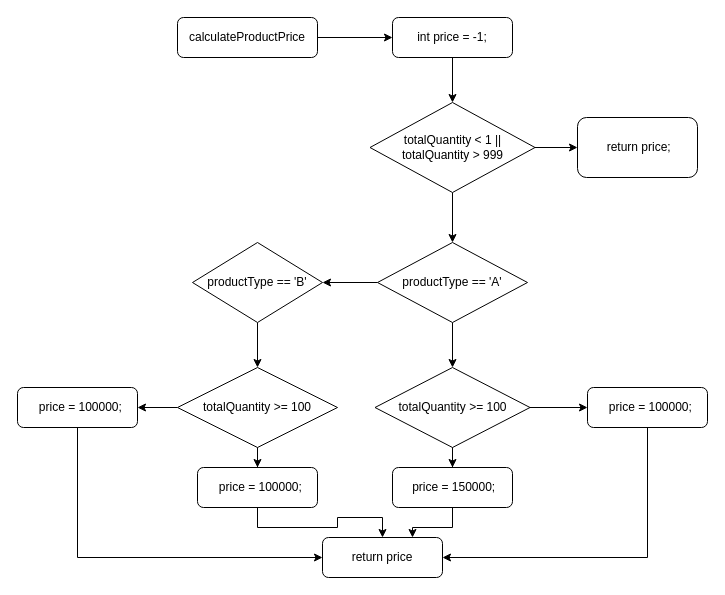
This is Mô hình dòng ddkhien.drawio from ngocminh1605/Testing, a draw.io file, before an edit. Source tidied: cells renumbered, new cells numbered last; positions are measured from the earlier drawing's top-left corner, leaving out a move shared by most shapes. Both pictures are drawn from the tidied source at 100%, with x=0, y=0 at pixel (17, 17).
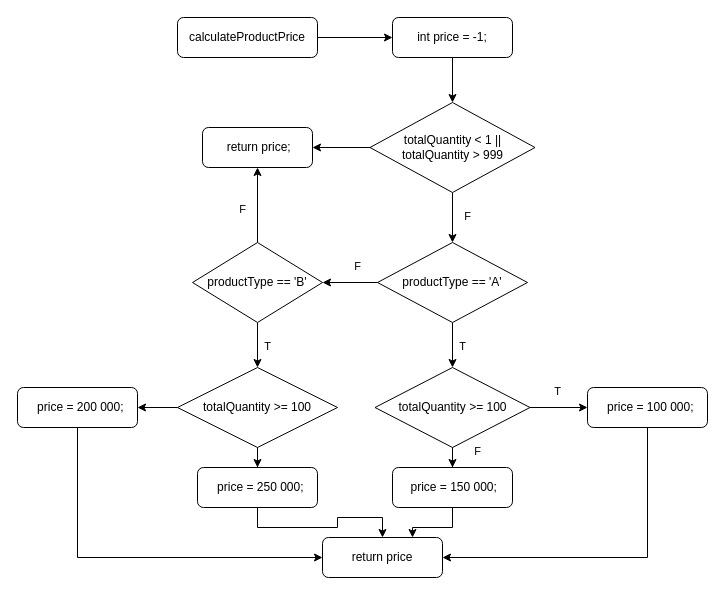
The same page after the edit.

Commit message (it also covers changes not shown here):
Cập nhật Mô hình dòng ddkhien.drawio

Unchanged cells that the change refers to:
```xml
<mxCell id="8" value="totalQuantity &amp;lt; 1 || totalQuantity &amp;gt; 999" style="rhombus;whiteSpace=wrap;html=1;" parent="1" vertex="1">
  <mxGeometry x="352.5" y="85" width="165" height="90" as="geometry" />
</mxCell>
<mxCell id="12" value="productType == 'A'" style="rhombus;whiteSpace=wrap;html=1;" parent="1" vertex="1">
  <mxGeometry x="360" y="225" width="150" height="80" as="geometry" />
</mxCell>
<mxCell id="21" value="productType == 'B'" style="rhombus;whiteSpace=wrap;html=1;" parent="1" vertex="1">
  <mxGeometry x="175" y="225" width="130" height="80" as="geometry" />
</mxCell>
```

The edit, as a diff of the source:
```diff
@@
+    <mxCell id="7" style="edgeStyle=orthogonalEdgeStyle;rounded=0;jettySize=auto;html=1;exitX=0.5;exitY=1;exitDx=0;exitDy=0;entryX=0.5;entryY=0;entryDx=0;entryDy=0;" parent="1" edge="1" source="8" target="12">
+      <mxGeometry relative="1" as="geometry" />
+    </mxCell>
-    <mxCell id="6" style="edgeStyle=orthogonalEdgeStyle;rounded=0;jettySize=auto;html=1;exitX=1;exitY=0.5;exitDx=0;exitDy=0;entryX=0;entryY=0.5;entryDx=0;entryDy=0;" parent="1" edge="1" source="8" target="9">
+    <mxCell id="6" style="edgeStyle=orthogonalEdgeStyle;rounded=0;jettySize=auto;html=1;exitX=0;exitY=0.5;exitDx=0;exitDy=0;entryX=1;entryY=0.5;entryDx=0;entryDy=0;" parent="1" edge="1" source="8" target="9">
       <mxGeometry relative="1" as="geometry" />
     </mxCell>
-    <mxCell id="7" style="edgeStyle=orthogonalEdgeStyle;rounded=0;jettySize=auto;html=1;exitX=0.5;exitY=1;exitDx=0;exitDy=0;entryX=0.5;entryY=0;entryDx=0;entryDy=0;" parent="1" edge="1" source="8" target="12">
-      <mxGeometry relative="1" as="geometry" />
-    </mxCell>
@@
     <mxCell id="9" value="&amp;nbsp;return price;" style="rounded=1;whiteSpace=wrap;html=1;" parent="1" vertex="1">
-      <mxGeometry x="560" y="100" width="120" height="60" as="geometry" />
+      <mxGeometry x="185" y="110" width="110" height="40" as="geometry" />
     </mxCell>
@@
-    <mxCell id="17" value="&amp;nbsp;price = 150000;" style="rounded=1;whiteSpace=wrap;html=1;" parent="1" vertex="1">
+    <mxCell id="17" value="&amp;nbsp;price = 150 000;" style="rounded=1;whiteSpace=wrap;html=1;" parent="1" vertex="1">
       <mxGeometry x="375" y="450" width="120" height="40" as="geometry" />
     </mxCell>
@@
-    <mxCell id="19" value="&amp;nbsp; price = 100000;" style="rounded=1;whiteSpace=wrap;html=1;" parent="1" vertex="1">
+    <mxCell id="19" value="&amp;nbsp; price = 100 000;" style="rounded=1;whiteSpace=wrap;html=1;" parent="1" vertex="1">
       <mxGeometry x="570" y="370" width="120" height="40" as="geometry" />
     </mxCell>
@@
+    <mxCell id="30" style="edgeStyle=orthogonalEdgeStyle;rounded=0;jettySize=auto;html=1;exitX=0.5;exitY=0;exitDx=0;exitDy=0;entryX=0.5;entryY=1;entryDx=0;entryDy=0;" parent="1" edge="1" source="21" target="9">
+      <mxGeometry relative="1" as="geometry" />
+    </mxCell>
@@
-    <mxCell id="26" value="&amp;nbsp; price = 100000;" style="rounded=1;whiteSpace=wrap;html=1;" parent="1" vertex="1">
+    <mxCell id="26" value="&amp;nbsp; price = 250 000;" style="rounded=1;whiteSpace=wrap;html=1;" parent="1" vertex="1">
       <mxGeometry x="180" y="450" width="120" height="40" as="geometry" />
     </mxCell>
@@
-    <mxCell id="28" value="&amp;nbsp; price = 100000;" style="rounded=1;whiteSpace=wrap;html=1;" parent="1" vertex="1">
+    <mxCell id="28" value="&amp;nbsp; price = 200 000;" style="rounded=1;whiteSpace=wrap;html=1;" parent="1" vertex="1">
       <mxGeometry y="370" width="120" height="40" as="geometry" />
     </mxCell>
@@
+    <mxCell id="31" value="&lt;span style=&quot;font-weight: normal;&quot;&gt;&lt;font style=&quot;font-size: 11px;&quot;&gt;T&lt;/font&gt;&lt;/span&gt;" style="text;strokeColor=none;fillColor=none;html=1;fontSize=24;fontStyle=1;verticalAlign=middle;align=center;" parent="1" vertex="1">
+      <mxGeometry x="395" y="305" width="100" height="40" as="geometry" />
+    </mxCell>
+    <mxCell id="32" value="&lt;span style=&quot;font-weight: normal;&quot;&gt;&lt;font style=&quot;font-size: 11px;&quot;&gt;F&lt;/font&gt;&lt;/span&gt;" style="text;strokeColor=none;fillColor=none;html=1;fontSize=24;fontStyle=1;verticalAlign=middle;align=center;" parent="1" vertex="1">
+      <mxGeometry x="400" y="175" width="100" height="40" as="geometry" />
+    </mxCell>
+    <mxCell id="33" value="&lt;span style=&quot;font-weight: normal;&quot;&gt;&lt;font style=&quot;font-size: 11px;&quot;&gt;F&lt;/font&gt;&lt;/span&gt;" style="text;strokeColor=none;fillColor=none;html=1;fontSize=24;fontStyle=1;verticalAlign=middle;align=center;" parent="1" vertex="1">
+      <mxGeometry x="290" y="225" width="100" height="40" as="geometry" />
+    </mxCell>
+    <mxCell id="34" value="&lt;span style=&quot;font-weight: normal;&quot;&gt;&lt;font style=&quot;font-size: 11px;&quot;&gt;T&lt;/font&gt;&lt;/span&gt;" style="text;strokeColor=none;fillColor=none;html=1;fontSize=24;fontStyle=1;verticalAlign=middle;align=center;" parent="1" vertex="1">
+      <mxGeometry x="490" y="350" width="100" height="40" as="geometry" />
+    </mxCell>
+    <mxCell id="35" value="&lt;span style=&quot;font-weight: normal;&quot;&gt;&lt;font style=&quot;font-size: 11px;&quot;&gt;F&lt;/font&gt;&lt;/span&gt;" style="text;strokeColor=none;fillColor=none;html=1;fontSize=24;fontStyle=1;verticalAlign=middle;align=center;" parent="1" vertex="1">
+      <mxGeometry x="410" y="410" width="100" height="40" as="geometry" />
+    </mxCell>
+    <mxCell id="36" value="&lt;span style=&quot;font-weight: normal;&quot;&gt;&lt;font style=&quot;font-size: 11px;&quot;&gt;T&lt;/font&gt;&lt;/span&gt;" style="text;strokeColor=none;fillColor=none;html=1;fontSize=24;fontStyle=1;verticalAlign=middle;align=center;" parent="1" vertex="1">
+      <mxGeometry x="200" y="305" width="100" height="40" as="geometry" />
+    </mxCell>
+    <mxCell id="37" value="&lt;span style=&quot;font-weight: normal;&quot;&gt;&lt;font style=&quot;font-size: 11px;&quot;&gt;F&lt;/font&gt;&lt;/span&gt;" style="text;strokeColor=none;fillColor=none;html=1;fontSize=24;fontStyle=1;verticalAlign=middle;align=center;" parent="1" vertex="1">
+      <mxGeometry x="210" y="175" width="30" height="25" as="geometry" />
+    </mxCell>
```
